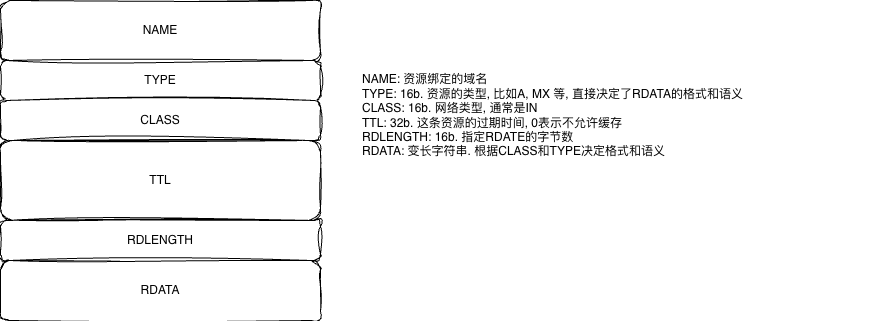
Earlier version of the draw.io export source/_posts/DNSScheme/rr_scheme.png (theo1893/theo1893.github.io). Source tidied: cells renumbered, new cells last; positions are measured from the earlier drawing's top-left corner, leaving out a move shared by most shapes. Its diagram source:
```xml
<mxGraphModel>
  <root>
    <mxCell id="0" />
    <mxCell id="1" parent="0" />
    <mxCell id="2" value="NAME" style="rounded=1;whiteSpace=wrap;html=1;sketch=1;jiggle=2;curveFitting=1;align=center;verticalAlign=middle;fontFamily=Helvetica;fontSize=12;labelBackgroundColor=default;" parent="1" vertex="1">
      <mxGeometry width="320" height="60" as="geometry" />
    </mxCell>
    <mxCell id="3" value="TYPE" style="rounded=1;whiteSpace=wrap;html=1;sketch=1;jiggle=2;curveFitting=1;align=center;verticalAlign=middle;fontFamily=Helvetica;fontSize=12;labelBackgroundColor=default;" parent="1" vertex="1">
      <mxGeometry y="60" width="320" height="40" as="geometry" />
    </mxCell>
    <mxCell id="4" value="CLASS" style="rounded=1;whiteSpace=wrap;html=1;sketch=1;jiggle=2;curveFitting=1;align=center;verticalAlign=middle;fontFamily=Helvetica;fontSize=12;labelBackgroundColor=default;" parent="1" vertex="1">
      <mxGeometry y="100" width="320" height="40" as="geometry" />
    </mxCell>
    <mxCell id="5" value="NAME: 资源绑定的域名&lt;div&gt;TYPE: 16b. 资源的类型, 比如A, MX 等, 直接决定了RDATA的格式和语义&lt;/div&gt;&lt;div&gt;CLASS: 16b. 网络类型, 通常是IN&lt;/div&gt;&lt;div&gt;TTL: 32b. 这条资源的过期时间, 0表示不允许缓存&lt;/div&gt;&lt;div&gt;RDLENGTH: 16b. 指定RDATE的字节数&lt;/div&gt;&lt;div&gt;RDATA: 变长字符串. 根据CLASS和TYPE决定格式和语义&lt;/div&gt;" style="text;html=1;whiteSpace=wrap;strokeColor=none;fillColor=none;align=left;verticalAlign=middle;rounded=0;fontFamily=Helvetica;fontSize=12;fontColor=default;labelBackgroundColor=default;" parent="1" vertex="1">
      <mxGeometry x="360" y="100" width="520" height="30" as="geometry" />
    </mxCell>
    <mxCell id="6" value="TTL" style="rounded=1;whiteSpace=wrap;html=1;sketch=1;jiggle=2;curveFitting=1;align=center;verticalAlign=middle;fontFamily=Helvetica;fontSize=12;labelBackgroundColor=default;" parent="1" vertex="1">
      <mxGeometry y="140" width="320" height="80" as="geometry" />
    </mxCell>
    <mxCell id="7" value="RDLENGTH" style="rounded=1;whiteSpace=wrap;html=1;sketch=1;jiggle=2;curveFitting=1;align=center;verticalAlign=middle;fontFamily=Helvetica;fontSize=12;labelBackgroundColor=default;" parent="1" vertex="1">
      <mxGeometry y="220" width="320" height="40" as="geometry" />
    </mxCell>
    <mxCell id="8" value="RDATA" style="rounded=1;whiteSpace=wrap;html=1;sketch=1;jiggle=2;curveFitting=1;align=center;verticalAlign=middle;fontFamily=Helvetica;fontSize=12;labelBackgroundColor=default;" parent="1" vertex="1">
      <mxGeometry y="260" width="320" height="60" as="geometry" />
    </mxCell>
  </root>
</mxGraphModel>
```
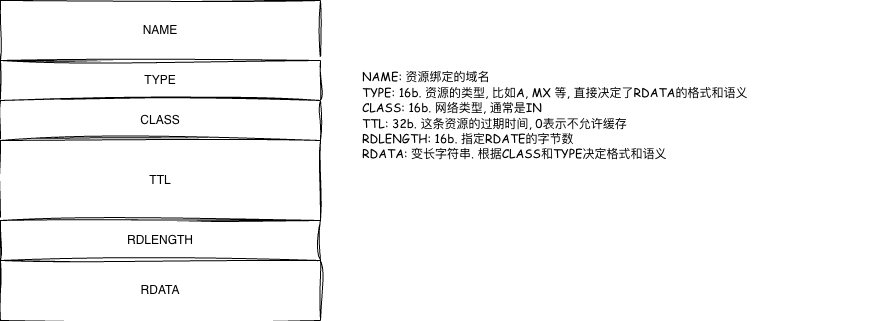
The same file after the commit.

Change to the diagram source:
```diff
@@ -2,25 +2,25 @@
   <root>
     <mxCell id="0" />
     <mxCell id="1" parent="0" />
-    <mxCell id="2" value="NAME" style="rounded=1;whiteSpace=wrap;html=1;sketch=1;jiggle=2;curveFitting=1;align=center;verticalAlign=middle;fontFamily=Helvetica;fontSize=12;labelBackgroundColor=default;" parent="1" vertex="1">
+    <mxCell id="2" value="NAME" style="rounded=0;whiteSpace=wrap;html=1;sketch=1;jiggle=2;curveFitting=1;align=center;verticalAlign=middle;fontFamily=Helvetica;fontSize=12;labelBackgroundColor=default;" parent="1" vertex="1">
       <mxGeometry width="320" height="60" as="geometry" />
     </mxCell>
-    <mxCell id="3" value="TYPE" style="rounded=1;whiteSpace=wrap;html=1;sketch=1;jiggle=2;curveFitting=1;align=center;verticalAlign=middle;fontFamily=Helvetica;fontSize=12;labelBackgroundColor=default;" parent="1" vertex="1">
+    <mxCell id="3" value="TYPE" style="rounded=0;whiteSpace=wrap;html=1;sketch=1;jiggle=2;curveFitting=1;align=center;verticalAlign=middle;fontFamily=Helvetica;fontSize=12;labelBackgroundColor=default;" parent="1" vertex="1">
       <mxGeometry y="60" width="320" height="40" as="geometry" />
     </mxCell>
-    <mxCell id="4" value="CLASS" style="rounded=1;whiteSpace=wrap;html=1;sketch=1;jiggle=2;curveFitting=1;align=center;verticalAlign=middle;fontFamily=Helvetica;fontSize=12;labelBackgroundColor=default;" parent="1" vertex="1">
+    <mxCell id="4" value="CLASS" style="rounded=0;whiteSpace=wrap;html=1;sketch=1;jiggle=2;curveFitting=1;align=center;verticalAlign=middle;fontFamily=Helvetica;fontSize=12;labelBackgroundColor=default;" parent="1" vertex="1">
       <mxGeometry y="100" width="320" height="40" as="geometry" />
     </mxCell>
-    <mxCell id="5" value="NAME: 资源绑定的域名&lt;div&gt;TYPE: 16b. 资源的类型, 比如A, MX 等, 直接决定了RDATA的格式和语义&lt;/div&gt;&lt;div&gt;CLASS: 16b. 网络类型, 通常是IN&lt;/div&gt;&lt;div&gt;TTL: 32b. 这条资源的过期时间, 0表示不允许缓存&lt;/div&gt;&lt;div&gt;RDLENGTH: 16b. 指定RDATE的字节数&lt;/div&gt;&lt;div&gt;RDATA: 变长字符串. 根据CLASS和TYPE决定格式和语义&lt;/div&gt;" style="text;html=1;whiteSpace=wrap;strokeColor=none;fillColor=none;align=left;verticalAlign=middle;rounded=0;fontFamily=Helvetica;fontSize=12;fontColor=default;labelBackgroundColor=default;" parent="1" vertex="1">
+    <mxCell id="5" value="&lt;font face=&quot;Comic Sans MS&quot;&gt;NAME: 资源绑定的域名&lt;/font&gt;&lt;div&gt;&lt;font face=&quot;Comic Sans MS&quot;&gt;TYPE: 16b. 资源的类型, 比如A, MX 等, 直接决定了RDATA的格式和语义&lt;/font&gt;&lt;/div&gt;&lt;div&gt;&lt;font face=&quot;Comic Sans MS&quot;&gt;CLASS: 16b. 网络类型, 通常是IN&lt;/font&gt;&lt;/div&gt;&lt;div&gt;&lt;font face=&quot;Comic Sans MS&quot;&gt;TTL: 32b. 这条资源的过期时间, 0表示不允许缓存&lt;/font&gt;&lt;/div&gt;&lt;div&gt;&lt;font face=&quot;Comic Sans MS&quot;&gt;RDLENGTH: 16b. 指定RDATE的字节数&lt;/font&gt;&lt;/div&gt;&lt;div&gt;&lt;font face=&quot;Comic Sans MS&quot;&gt;RDATA: 变长字符串. 根据CLASS和TYPE决定格式和语义&lt;/font&gt;&lt;/div&gt;" style="text;html=1;whiteSpace=wrap;strokeColor=none;fillColor=none;align=left;verticalAlign=middle;rounded=0;fontFamily=Helvetica;fontSize=12;fontColor=default;labelBackgroundColor=default;" parent="1" vertex="1">
       <mxGeometry x="360" y="100" width="520" height="30" as="geometry" />
     </mxCell>
-    <mxCell id="6" value="TTL" style="rounded=1;whiteSpace=wrap;html=1;sketch=1;jiggle=2;curveFitting=1;align=center;verticalAlign=middle;fontFamily=Helvetica;fontSize=12;labelBackgroundColor=default;" parent="1" vertex="1">
+    <mxCell id="6" value="TTL" style="rounded=0;whiteSpace=wrap;html=1;sketch=1;jiggle=2;curveFitting=1;align=center;verticalAlign=middle;fontFamily=Helvetica;fontSize=12;labelBackgroundColor=default;" parent="1" vertex="1">
       <mxGeometry y="140" width="320" height="80" as="geometry" />
     </mxCell>
-    <mxCell id="7" value="RDLENGTH" style="rounded=1;whiteSpace=wrap;html=1;sketch=1;jiggle=2;curveFitting=1;align=center;verticalAlign=middle;fontFamily=Helvetica;fontSize=12;labelBackgroundColor=default;" parent="1" vertex="1">
+    <mxCell id="7" value="RDLENGTH" style="rounded=0;whiteSpace=wrap;html=1;sketch=1;jiggle=2;curveFitting=1;align=center;verticalAlign=middle;fontFamily=Helvetica;fontSize=12;labelBackgroundColor=default;" parent="1" vertex="1">
       <mxGeometry y="220" width="320" height="40" as="geometry" />
     </mxCell>
-    <mxCell id="8" value="RDATA" style="rounded=1;whiteSpace=wrap;html=1;sketch=1;jiggle=2;curveFitting=1;align=center;verticalAlign=middle;fontFamily=Helvetica;fontSize=12;labelBackgroundColor=default;" parent="1" vertex="1">
+    <mxCell id="8" value="RDATA" style="rounded=0;whiteSpace=wrap;html=1;sketch=1;jiggle=2;curveFitting=1;align=center;verticalAlign=middle;fontFamily=Helvetica;fontSize=12;labelBackgroundColor=default;" parent="1" vertex="1">
       <mxGeometry y="260" width="320" height="60" as="geometry" />
     </mxCell>
   </root>
```
